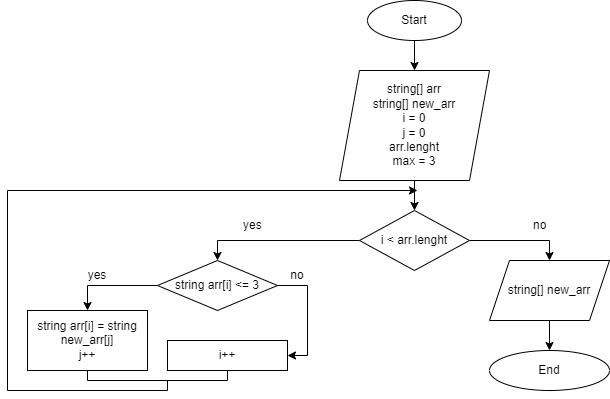
Before: Scheme.drawio.png, a diagram exported from draw.io (AnnaShiskanova/final_task). Source tidied: cells renumbered, new cells last; positions are measured from the earlier drawing's top-left corner, leaving out a move shared by most shapes. Source of this version:
```xml
<mxGraphModel>
  <root>
    <mxCell id="0" />
    <mxCell id="1" parent="0" />
    <mxCell id="2" style="edgeStyle=orthogonalEdgeStyle;rounded=0;jettySize=auto;html=1;" parent="1" edge="1" source="3" target="5">
      <mxGeometry relative="1" as="geometry" />
    </mxCell>
    <mxCell id="3" value="Start" style="ellipse;whiteSpace=wrap;html=1;" parent="1" vertex="1">
      <mxGeometry x="360" width="94" height="40" as="geometry" />
    </mxCell>
    <mxCell id="4" style="edgeStyle=orthogonalEdgeStyle;rounded=0;jettySize=auto;html=1;" parent="1" edge="1" source="5" target="8">
      <mxGeometry relative="1" as="geometry" />
    </mxCell>
    <mxCell id="5" value="string[] arr&lt;br&gt;string[] new_arr&lt;br&gt;i = 0&lt;br&gt;j = 0&lt;br&gt;arr.lenght&lt;br&gt;max = 3" style="shape=parallelogram;perimeter=parallelogramPerimeter;whiteSpace=wrap;html=1;fixedSize=1;" parent="1" vertex="1">
      <mxGeometry x="332" y="70" width="150" height="110" as="geometry" />
    </mxCell>
    <mxCell id="6" style="edgeStyle=orthogonalEdgeStyle;rounded=0;jettySize=auto;html=1;entryX=0.5;entryY=0;entryDx=0;entryDy=0;" parent="1" edge="1" source="8" target="17">
      <mxGeometry relative="1" as="geometry" />
    </mxCell>
    <mxCell id="7" style="edgeStyle=orthogonalEdgeStyle;rounded=0;jettySize=auto;html=1;exitX=1;exitY=0.5;exitDx=0;exitDy=0;entryX=0.5;entryY=0;entryDx=0;entryDy=0;" parent="1" edge="1" source="8" target="14">
      <mxGeometry relative="1" as="geometry" />
    </mxCell>
    <mxCell id="8" value="i &amp;lt; arr.lenght" style="rhombus;whiteSpace=wrap;html=1;" parent="1" vertex="1">
      <mxGeometry x="352" y="210" width="110" height="60" as="geometry" />
    </mxCell>
    <mxCell id="9" value="string arr[i] = string new_arr[j]&lt;br&gt;j++" style="rounded=0;whiteSpace=wrap;html=1;" parent="1" vertex="1">
      <mxGeometry x="20" y="310" width="120" height="60" as="geometry" />
    </mxCell>
    <mxCell id="10" value="yes" style="text;strokeColor=none;fillColor=none;align=left;verticalAlign=middle;spacingLeft=4;spacingRight=4;overflow=hidden;whiteSpace=wrap;html=1;" parent="1" vertex="1">
      <mxGeometry x="230" y="210" width="80" height="30" as="geometry" />
    </mxCell>
    <mxCell id="11" value="no" style="text;strokeColor=none;fillColor=none;align=left;verticalAlign=middle;spacingLeft=4;spacingRight=4;overflow=hidden;whiteSpace=wrap;html=1;" parent="1" vertex="1">
      <mxGeometry x="520" y="210" width="80" height="30" as="geometry" />
    </mxCell>
    <mxCell id="12" value="i++" style="rounded=0;whiteSpace=wrap;html=1;" parent="1" vertex="1">
      <mxGeometry x="160" y="340" width="120" height="30" as="geometry" />
    </mxCell>
    <mxCell id="13" style="edgeStyle=orthogonalEdgeStyle;rounded=0;jettySize=auto;html=1;" parent="1" edge="1" source="14" target="22">
      <mxGeometry relative="1" as="geometry" />
    </mxCell>
    <mxCell id="14" value="string[] new_arr" style="shape=parallelogram;perimeter=parallelogramPerimeter;whiteSpace=wrap;html=1;fixedSize=1;" parent="1" vertex="1">
      <mxGeometry x="482" y="260" width="120" height="60" as="geometry" />
    </mxCell>
    <mxCell id="15" style="edgeStyle=orthogonalEdgeStyle;rounded=0;jettySize=auto;html=1;entryX=0.5;entryY=0;entryDx=0;entryDy=0;" parent="1" edge="1" source="17" target="9">
      <mxGeometry relative="1" as="geometry" />
    </mxCell>
    <mxCell id="16" style="edgeStyle=orthogonalEdgeStyle;rounded=0;jettySize=auto;html=1;entryX=1;entryY=0.5;entryDx=0;entryDy=0;" parent="1" edge="1" source="17" target="12">
      <mxGeometry relative="1" as="geometry">
        <Array as="points">
          <mxPoint x="300" y="285" />
          <mxPoint x="300" y="355" />
        </Array>
      </mxGeometry>
    </mxCell>
    <mxCell id="17" value="string arr[i] &amp;lt;= 3" style="rhombus;whiteSpace=wrap;html=1;" parent="1" vertex="1">
      <mxGeometry x="150" y="260" width="120" height="50" as="geometry" />
    </mxCell>
    <mxCell id="18" value="yes" style="text;html=1;strokeColor=none;fillColor=none;align=center;verticalAlign=middle;whiteSpace=wrap;rounded=0;" parent="1" vertex="1">
      <mxGeometry x="60" y="260" width="60" height="30" as="geometry" />
    </mxCell>
    <mxCell id="19" value="no" style="text;html=1;strokeColor=none;fillColor=none;align=center;verticalAlign=middle;whiteSpace=wrap;rounded=0;" parent="1" vertex="1">
      <mxGeometry x="260" y="260" width="60" height="30" as="geometry" />
    </mxCell>
    <mxCell id="20" style="edgeStyle=orthogonalEdgeStyle;rounded=0;jettySize=auto;html=1;" parent="1" edge="1" source="21">
      <mxGeometry relative="1" as="geometry">
        <mxPoint x="410" y="190" as="targetPoint" />
        <Array as="points">
          <mxPoint x="160" y="390" />
          <mxPoint y="390" />
          <mxPoint y="190" />
        </Array>
      </mxGeometry>
    </mxCell>
    <mxCell id="21" style="shape=partialRectangle;whiteSpace=wrap;html=1;bottom=1;right=1;left=1;top=0;fillColor=none;routingCenterX=-0.5;" parent="1" vertex="1">
      <mxGeometry x="80" y="370" width="140" height="10" as="geometry" />
    </mxCell>
    <mxCell id="22" value="End" style="ellipse;whiteSpace=wrap;html=1;" parent="1" vertex="1">
      <mxGeometry x="482" y="350" width="120" height="40" as="geometry" />
    </mxCell>
  </root>
</mxGraphModel>
```
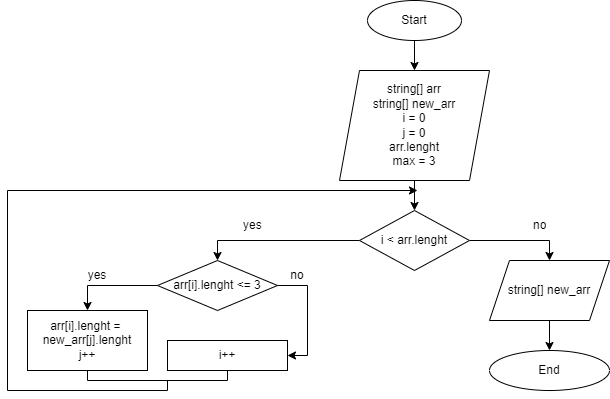
The same diagram one commit later.

Diff of the diagram source:
```diff
@@ -23,7 +23,7 @@
     <mxCell id="8" value="i &amp;lt; arr.lenght" style="rhombus;whiteSpace=wrap;html=1;" parent="1" vertex="1">
       <mxGeometry x="352" y="210" width="110" height="60" as="geometry" />
     </mxCell>
-    <mxCell id="9" value="string arr[i] = string new_arr[j]&lt;br&gt;j++" style="rounded=0;whiteSpace=wrap;html=1;" parent="1" vertex="1">
+    <mxCell id="9" value="arr[i].lenght =&amp;nbsp; new_arr[j].lenght&lt;br&gt;j++" style="rounded=0;whiteSpace=wrap;html=1;" parent="1" vertex="1">
       <mxGeometry x="20" y="310" width="120" height="60" as="geometry" />
     </mxCell>
     <mxCell id="10" value="yes" style="text;strokeColor=none;fillColor=none;align=left;verticalAlign=middle;spacingLeft=4;spacingRight=4;overflow=hidden;whiteSpace=wrap;html=1;" parent="1" vertex="1">
@@ -52,7 +52,7 @@
         </Array>
       </mxGeometry>
     </mxCell>
-    <mxCell id="17" value="string arr[i] &amp;lt;= 3" style="rhombus;whiteSpace=wrap;html=1;" parent="1" vertex="1">
+    <mxCell id="17" value="arr[i].lenght &amp;lt;= 3" style="rhombus;whiteSpace=wrap;html=1;" parent="1" vertex="1">
       <mxGeometry x="150" y="260" width="120" height="50" as="geometry" />
     </mxCell>
     <mxCell id="18" value="yes" style="text;html=1;strokeColor=none;fillColor=none;align=center;verticalAlign=middle;whiteSpace=wrap;rounded=0;" parent="1" vertex="1">
```
